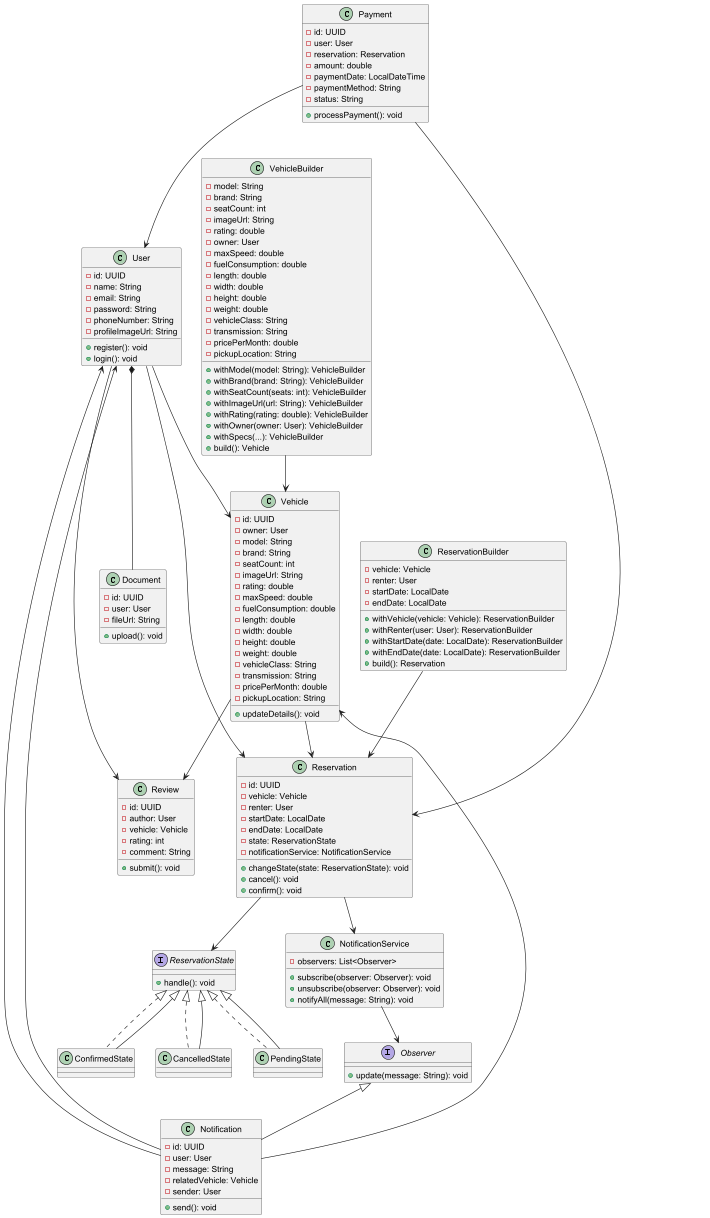
Earlier version of the PlantUML export assets/Class Diagram/ClassDiagramAutomovilUnite.png (Grupo-4-Open-Source/Report).
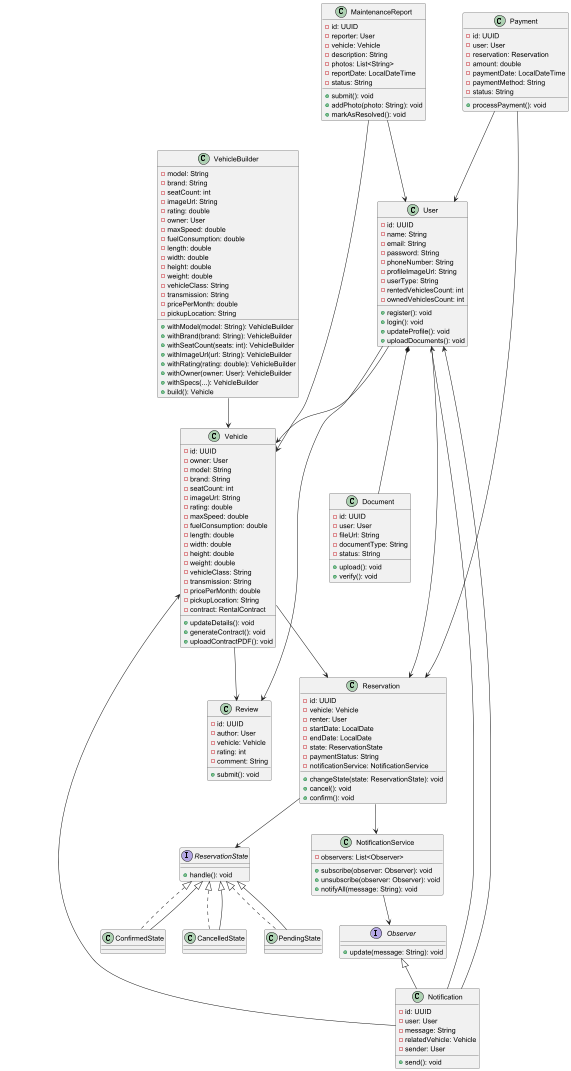
Above is the later version.

The edit, as a diff of the source:
```diff
@@ -7,8 +7,13 @@
   -password: String
   -phoneNumber: String
   -profileImageUrl: String
+  -userType: String
+  -rentedVehiclesCount: int
+  -ownedVehiclesCount: int
   +register(): void
   +login(): void
+  +updateProfile(): void
+  +uploadDocuments(): void
 }
 
 class Vehicle {
@@ -29,7 +34,10 @@
   -transmission: String
   -pricePerMonth: double
   -pickupLocation: String
+  -contract: RentalContract
   +updateDetails(): void
+  +generateContract(): void
+  +uploadContractPDF(): void
 }
 
 class Reservation {
@@ -39,6 +47,7 @@
   -startDate: LocalDate
   -endDate: LocalDate
   -state: ReservationState
+  -paymentStatus: String
   -notificationService: NotificationService
   +changeState(state: ReservationState): void
   +cancel(): void
@@ -58,7 +67,10 @@
   -id: UUID
   -user: User
   -fileUrl: String
+  -documentType: String
+  -status: String
   +upload(): void
+  +verify(): void
 }
 
 class Payment {
@@ -144,19 +156,21 @@
 
 VehicleBuilder --> Vehicle
 
-class ReservationBuilder {
+class MaintenanceReport {
+  -id: UUID
+  -reporter: User
   -vehicle: Vehicle
-  -renter: User
-  -startDate: LocalDate
-  -endDate: LocalDate
-  +withVehicle(vehicle: Vehicle): ReservationBuilder
-  +withRenter(user: User): ReservationBuilder
-  +withStartDate(date: LocalDate): ReservationBuilder
-  +withEndDate(date: LocalDate): ReservationBuilder
-  +build(): Reservation
+  -description: String
+  -photos: List<String>
+  -reportDate: LocalDateTime
+  -status: String
+  +submit(): void
+  +addPhoto(photo: String): void
+  +markAsResolved(): void
 }
 
-ReservationBuilder --> Reservation
+MaintenanceReport --> User
+MaintenanceReport --> Vehicle
 
 User --> Vehicle
 User --> Reservation
```
